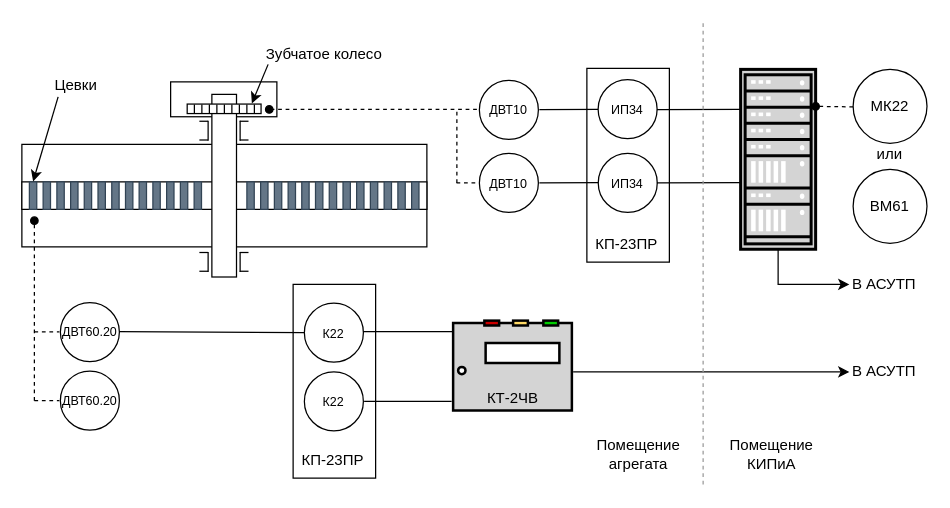
rutechdog/schemes keeps this draw.io diagram as Канал частоты вращения РВП.drawio. Above is the earlier version. Source tidied: cells renumbered, new cells numbered last; positions are measured from the earlier drawing's top-left corner, leaving out a move shared by most shapes. Both pictures are drawn from the tidied source at 125%, with x=0, y=0 at pixel (21, 21).
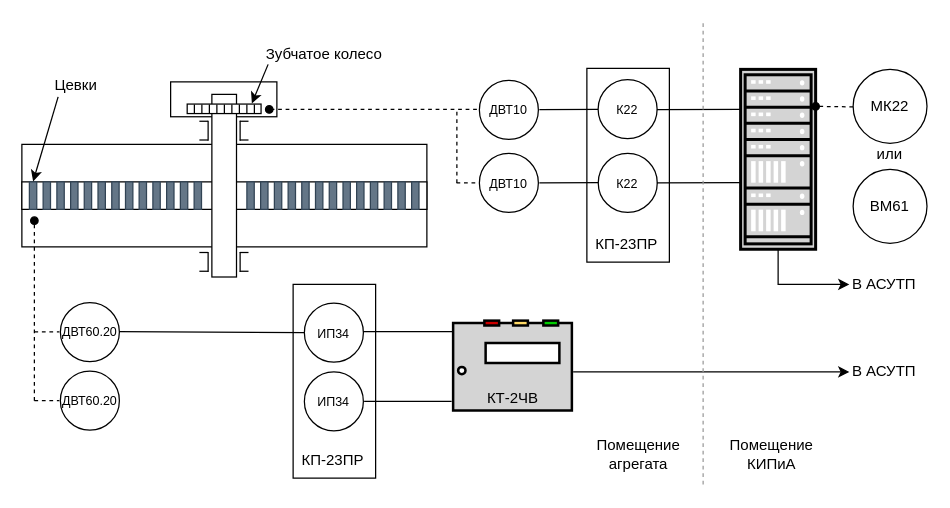
After the change.

Change to the diagram source:
```diff
@@
-    <mxCell id="63" value="&lt;font style=&quot;font-size: 10px&quot;&gt;К22&lt;/font&gt;" style="ellipse;whiteSpace=wrap;html=1;shadow=0;sketch=0;strokeColor=#000000;strokeWidth=1;fillColor=none;" parent="59" vertex="1">
+    <mxCell id="63" value="&lt;font style=&quot;font-size: 10px&quot;&gt;ИП34&lt;/font&gt;" style="ellipse;whiteSpace=wrap;html=1;shadow=0;sketch=0;strokeColor=#000000;strokeWidth=1;fillColor=none;" parent="59" vertex="1">
       <mxGeometry x="226" y="225" width="47.2" height="47.2" as="geometry" />
     </mxCell>
-    <mxCell id="64" value="&lt;font style=&quot;font-size: 10px&quot;&gt;К22&lt;/font&gt;" style="ellipse;whiteSpace=wrap;html=1;shadow=0;sketch=0;strokeColor=#000000;strokeWidth=1;fillColor=none;align=center;" parent="59" vertex="1">
+    <mxCell id="64" value="&lt;span style=&quot;font-size: 10px&quot;&gt;ИП34&lt;/span&gt;" style="ellipse;whiteSpace=wrap;html=1;shadow=0;sketch=0;strokeColor=#000000;strokeWidth=1;fillColor=none;align=center;" parent="59" vertex="1">
       <mxGeometry x="226" y="280" width="47.2" height="47.2" as="geometry" />
     </mxCell>
@@
-    <mxCell id="70" value="&lt;font style=&quot;font-size: 10px&quot;&gt;ИП34&lt;/font&gt;" style="ellipse;whiteSpace=wrap;html=1;shadow=0;sketch=0;strokeColor=#000000;strokeWidth=1;fillColor=none;align=center;" parent="59" vertex="1">
+    <mxCell id="70" value="&lt;font style=&quot;font-size: 10px&quot;&gt;К22&lt;/font&gt;" style="ellipse;whiteSpace=wrap;html=1;shadow=0;sketch=0;strokeColor=#000000;strokeWidth=1;fillColor=none;align=center;" parent="59" vertex="1">
       <mxGeometry x="461.1" y="105.2" width="47.2" height="47.2" as="geometry" />
     </mxCell>
-    <mxCell id="71" value="&lt;font style=&quot;font-size: 10px&quot;&gt;ИП34&lt;/font&gt;" style="ellipse;whiteSpace=wrap;html=1;shadow=0;sketch=0;strokeColor=#000000;strokeWidth=1;fillColor=none;" parent="59" vertex="1">
+    <mxCell id="71" value="&lt;font style=&quot;font-size: 10px&quot;&gt;К22&lt;/font&gt;" style="ellipse;whiteSpace=wrap;html=1;shadow=0;sketch=0;strokeColor=#000000;strokeWidth=1;fillColor=none;" parent="59" vertex="1">
       <mxGeometry x="461" y="46.2" width="47.2" height="47.2" as="geometry" />
     </mxCell>
```
